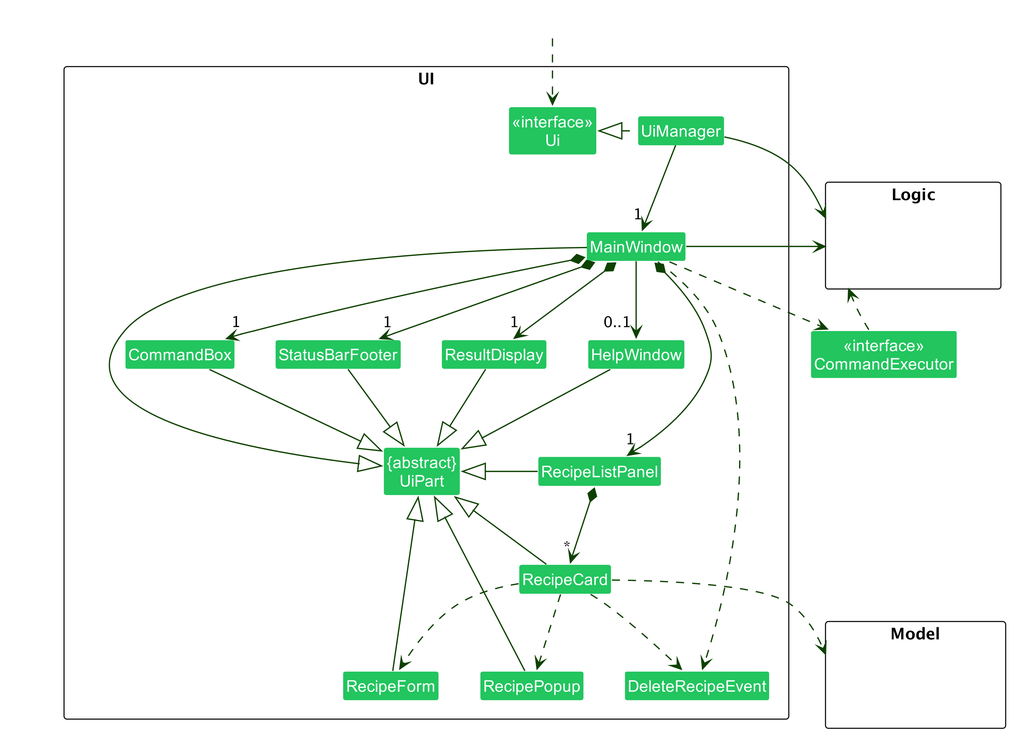
Before: docs/images/UiClassDiagram.png, a diagram exported from PlantUML (nus-cs2103-AY2223S2/tp).
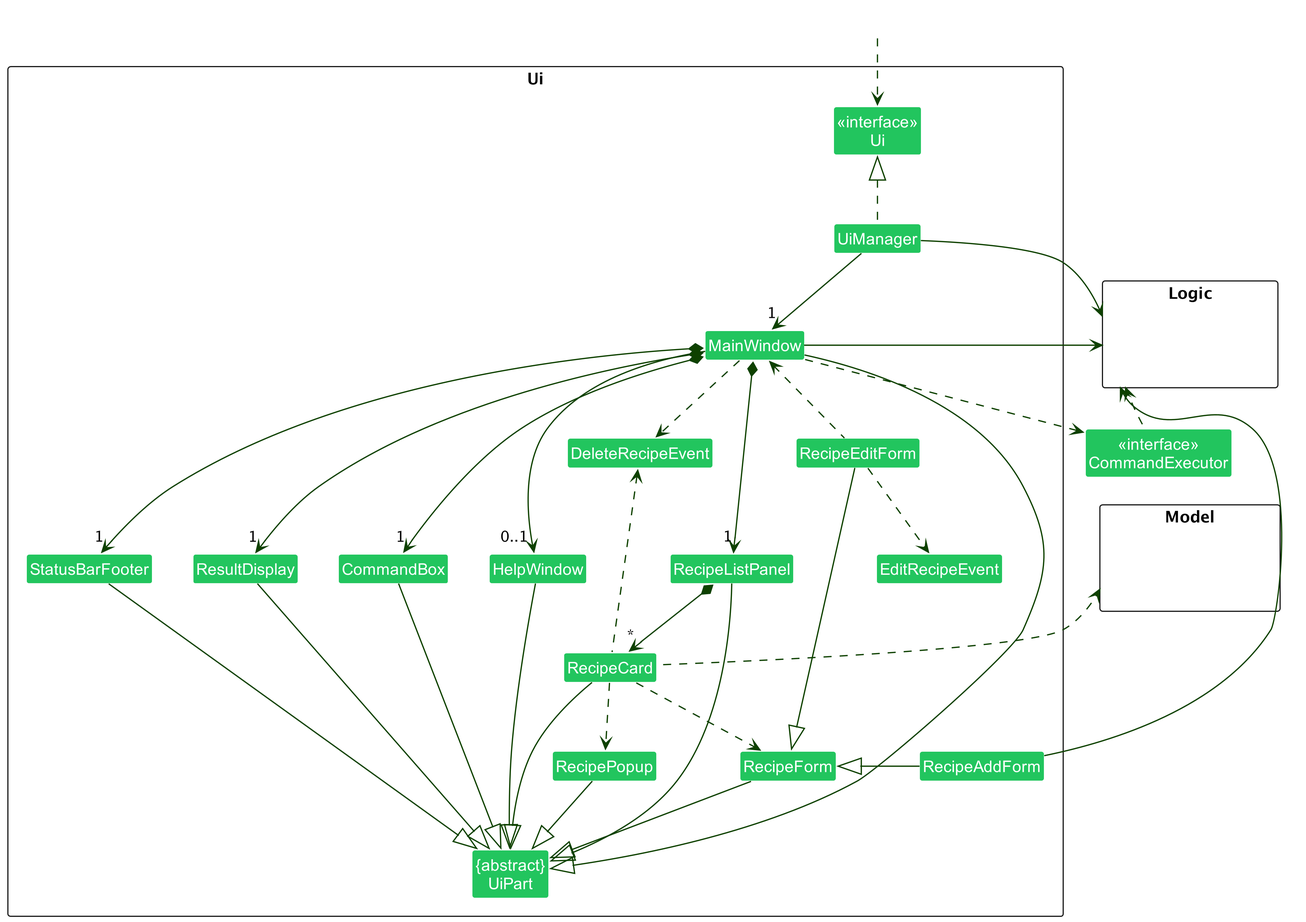
The same file after the commit.

Commit message:
Add UI class diagram

Change to the diagram source:
```diff
@@ -4,8 +4,8 @@
 skinparam arrowColor UI_COLOR_T4
 skinparam classBackgroundColor UI_COLOR
 
-package UI <<Rectangle>>{
-Class "<<interface>>\nUi" as Ui
+package Ui <<Rectangle>>{
+Class "<<interface>>\nUi" as Ui_
 Class "{abstract}\nUiPart" as UiPart
 Class UiManager
 Class MainWindow
@@ -15,9 +15,12 @@
 Class RecipeCard
 Class RecipePopup
 Class RecipeForm
+Class RecipeAddForm
+Class RecipeEditForm
 Class StatusBarFooter
 Class CommandBox
 Class DeleteRecipeEvent
+Class EditRecipeEvent
 }
 
 Class "<<interface>>\nCommandExecutor" as CommandExecutor
@@ -31,47 +34,52 @@
 }
 
 Class HiddenOutside #FFFFFF
-HiddenOutside ..> Ui
+HiddenOutside .down.> Ui_
 
-UiManager .left.|> Ui
+UiManager .up.|> Ui_
 UiManager -down-> "1" MainWindow
-MainWindow *-down->  "1" CommandBox
-MainWindow *-down-> "1" ResultDisplay
-MainWindow *-down-> "1" RecipeListPanel
-MainWindow *-down-> "1" StatusBarFooter
+MainWindow *-->  "1" CommandBox
+MainWindow *--> "1" ResultDisplay
+MainWindow *---> "1" RecipeListPanel
+MainWindow *---> "1" StatusBarFooter
 MainWindow --> "0..1" HelpWindow
-MainWindow ..> DeleteRecipeEvent
+MainWindow .down> DeleteRecipeEvent
 
-RecipeListPanel *-down-> "*" RecipeCard
+RecipeListPanel *--> "*" RecipeCard
 
-MainWindow -left-|> UiPart
+MainWindow --|> UiPart
 
-ResultDisplay --|> UiPart
-CommandBox --|> UiPart
-RecipeListPanel -left--|> UiPart
-RecipeCard --|> UiPart
-StatusBarFooter --|> UiPart
-HelpWindow --|> UiPart
+ResultDisplay -|> UiPart
+CommandBox -|> UiPart
+RecipeListPanel --|> UiPart
+RecipeCard -|> UiPart
+StatusBarFooter -|> UiPart
+HelpWindow -|> UiPart
 RecipeForm --|> UiPart
 RecipePopup --|> UiPart
 
-RecipeCard ..> Model
+RecipeCard .up.> Model
 
 RecipeCard ..> RecipePopup
 RecipeCard ..>  RecipeForm
-RecipeCard ..>  DeleteRecipeEvent
+RecipeCard .up>  DeleteRecipeEvent
 
-UiManager -right-> Logic
-MainWindow -left-> Logic
+RecipeAddForm -left-|>  RecipeForm
+RecipeEditForm --|> RecipeForm
+RecipeAddForm -up->  Logic
 
-CommandExecutor ..> Logic
-MainWindow ..> CommandExecutor
+RecipeEditForm .down.> EditRecipeEvent
+RecipeEditForm .up.> MainWindow
 
+UiManager -left> Logic
+MainWindow -right> Logic
+
+CommandExecutor .up.> Logic
+MainWindow .down.> CommandExecutor
 
 RecipeListPanel -[hidden]left- HelpWindow
 HelpWindow -[hidden]left- CommandBox
 CommandBox -[hidden]left- ResultDisplay
 ResultDisplay -[hidden]left- StatusBarFooter
 
-MainWindow -[hidden]-|> UiPart
 @enduml
```
